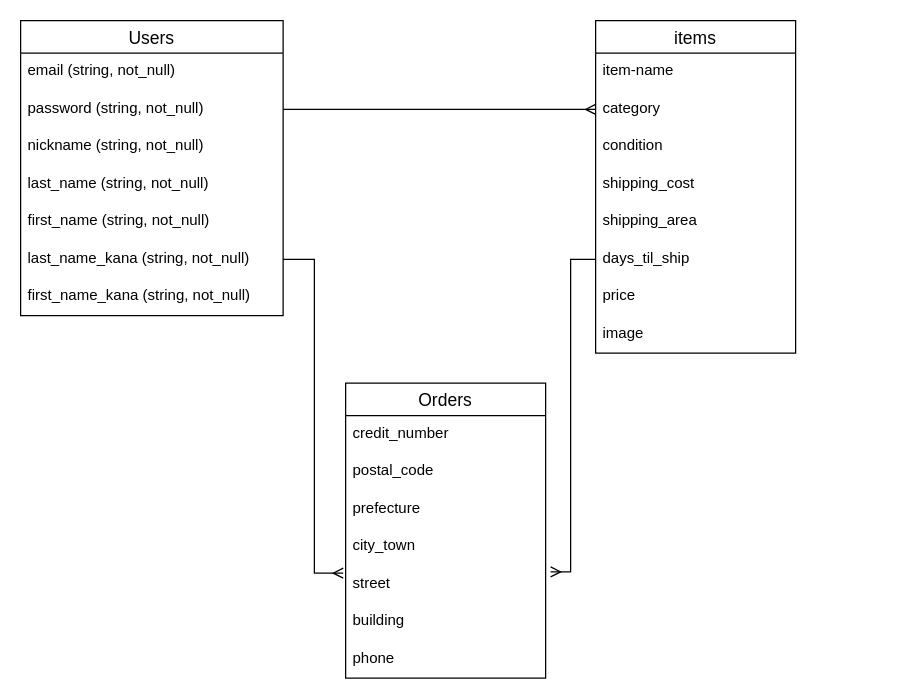
Before: ER.dio in kaibonjin/furima-34787, a draw.io diagram. Source tidied: cells renumbered, new cells numbered last; positions are measured from the earlier drawing's top-left corner, leaving out a move shared by most shapes. Both pictures are drawn from the tidied source at 125%, with x=0, y=0 at pixel (20, 20).
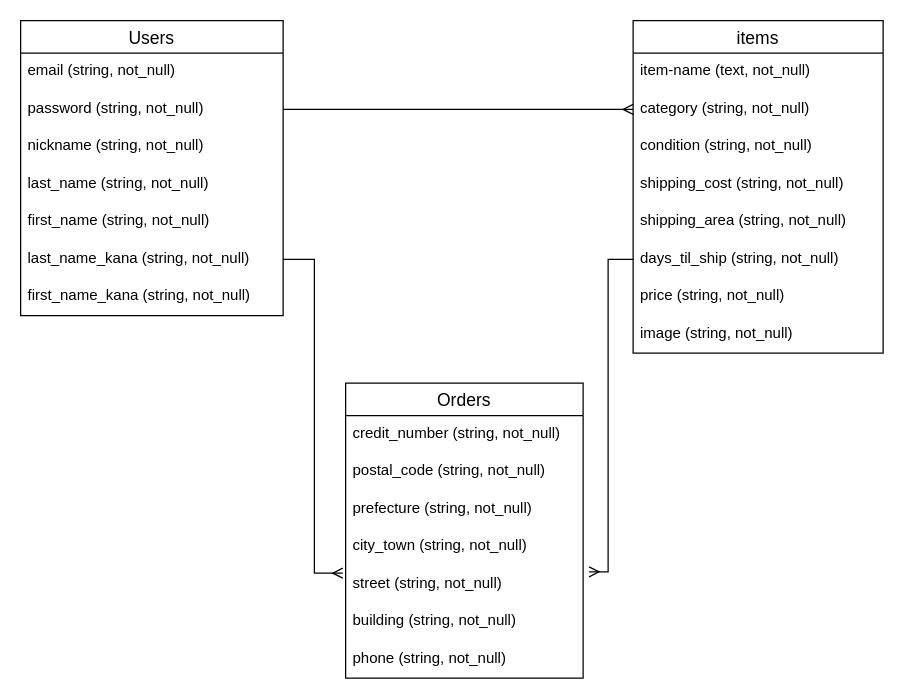
After the change.

Commit message (it also covers changes not shown here):
データベース設計

The edit, as a diff of the source:
```diff
@@
     <mxCell id="11" value="items" style="swimlane;fontStyle=0;horizontal=1;startSize=26;align=center;fontSize=14;" parent="1" vertex="1">
-      <mxGeometry x="460" width="160" height="266" as="geometry" />
+      <mxGeometry x="490" width="200" height="266" as="geometry" />
     </mxCell>
-    <mxCell id="12" value="item-name" style="text;strokeColor=none;fillColor=none;spacingLeft=4;spacingRight=4;overflow=hidden;fontSize=12;" parent="11" vertex="1">
-      <mxGeometry y="26" width="160" height="30" as="geometry" />
+    <mxCell id="12" value="item-name (text, not_null)" style="text;strokeColor=none;fillColor=none;spacingLeft=4;spacingRight=4;overflow=hidden;fontSize=12;" parent="11" vertex="1">
+      <mxGeometry y="26" width="200" height="30" as="geometry" />
     </mxCell>
-    <mxCell id="13" value="category" style="text;strokeColor=none;fillColor=none;spacingLeft=4;spacingRight=4;overflow=hidden;points=[[0,0.5],[1,0.5]];portConstraint=eastwest;fontSize=12;" parent="11" vertex="1">
-      <mxGeometry y="56" width="160" height="30" as="geometry" />
+    <mxCell id="13" value="category (string, not_null)" style="text;strokeColor=none;fillColor=none;spacingLeft=4;spacingRight=4;overflow=hidden;points=[[0,0.5],[1,0.5]];portConstraint=eastwest;fontSize=12;" parent="11" vertex="1">
+      <mxGeometry y="56" width="200" height="30" as="geometry" />
     </mxCell>
-    <mxCell id="14" value="condition" style="text;strokeColor=none;fillColor=none;spacingLeft=4;spacingRight=4;overflow=hidden;fontSize=12;" parent="11" vertex="1">
-      <mxGeometry y="86" width="160" height="30" as="geometry" />
+    <mxCell id="14" value="condition (string, not_null)" style="text;strokeColor=none;fillColor=none;spacingLeft=4;spacingRight=4;overflow=hidden;fontSize=12;" parent="11" vertex="1">
+      <mxGeometry y="86" width="200" height="30" as="geometry" />
     </mxCell>
-    <mxCell id="15" value="shipping_cost" style="text;strokeColor=none;fillColor=none;spacingLeft=4;spacingRight=4;overflow=hidden;fontSize=12;" parent="11" vertex="1">
-      <mxGeometry y="116" width="160" height="30" as="geometry" />
+    <mxCell id="15" value="shipping_cost (string, not_null)" style="text;strokeColor=none;fillColor=none;spacingLeft=4;spacingRight=4;overflow=hidden;fontSize=12;" parent="11" vertex="1">
+      <mxGeometry y="116" width="200" height="30" as="geometry" />
     </mxCell>
-    <mxCell id="16" value="shipping_area" style="text;strokeColor=none;fillColor=none;spacingLeft=4;spacingRight=4;overflow=hidden;fontSize=12;" parent="11" vertex="1">
-      <mxGeometry y="146" width="160" height="30" as="geometry" />
+    <mxCell id="16" value="shipping_area (string, not_null)" style="text;strokeColor=none;fillColor=none;spacingLeft=4;spacingRight=4;overflow=hidden;fontSize=12;" parent="11" vertex="1">
+      <mxGeometry y="146" width="200" height="30" as="geometry" />
     </mxCell>
-    <mxCell id="17" value="days_til_ship" style="text;strokeColor=none;fillColor=none;spacingLeft=4;spacingRight=4;overflow=hidden;points=[[0,0.5],[1,0.5]];portConstraint=eastwest;fontSize=12;" parent="11" vertex="1">
-      <mxGeometry y="176" width="160" height="30" as="geometry" />
+    <mxCell id="17" value="days_til_ship (string, not_null)" style="text;strokeColor=none;fillColor=none;spacingLeft=4;spacingRight=4;overflow=hidden;points=[[0,0.5],[1,0.5]];portConstraint=eastwest;fontSize=12;" parent="11" vertex="1">
+      <mxGeometry y="176" width="200" height="30" as="geometry" />
     </mxCell>
-    <mxCell id="18" value="price" style="text;strokeColor=none;fillColor=none;spacingLeft=4;spacingRight=4;overflow=hidden;fontSize=12;" parent="11" vertex="1">
-      <mxGeometry y="206" width="160" height="30" as="geometry" />
+    <mxCell id="18" value="price (string, not_null)" style="text;strokeColor=none;fillColor=none;spacingLeft=4;spacingRight=4;overflow=hidden;fontSize=12;" parent="11" vertex="1">
+      <mxGeometry y="206" width="200" height="30" as="geometry" />
     </mxCell>
-    <mxCell id="19" value="image" style="text;strokeColor=none;fillColor=none;spacingLeft=4;spacingRight=4;overflow=hidden;fontSize=12;" parent="11" vertex="1">
-      <mxGeometry y="236" width="160" height="30" as="geometry" />
+    <mxCell id="19" value="image (string, not_null)" style="text;strokeColor=none;fillColor=none;spacingLeft=4;spacingRight=4;overflow=hidden;fontSize=12;" parent="11" vertex="1">
+      <mxGeometry y="236" width="200" height="30" as="geometry" />
     </mxCell>
     <mxCell id="20" value="Orders" style="swimlane;fontStyle=0;horizontal=1;startSize=26;align=center;fontSize=14;" parent="1" vertex="1">
-      <mxGeometry x="260" y="290" width="160" height="236" as="geometry" />
+      <mxGeometry x="260" y="290" width="190" height="236" as="geometry" />
     </mxCell>
-    <mxCell id="21" value="credit_number" style="text;strokeColor=none;fillColor=none;spacingLeft=4;spacingRight=4;overflow=hidden;fontSize=12;" parent="20" vertex="1">
-      <mxGeometry y="26" width="160" height="30" as="geometry" />
+    <mxCell id="21" value="credit_number (string, not_null)" style="text;strokeColor=none;fillColor=none;spacingLeft=4;spacingRight=4;overflow=hidden;fontSize=12;" parent="20" vertex="1">
+      <mxGeometry y="26" width="190" height="30" as="geometry" />
     </mxCell>
-    <mxCell id="22" value="postal_code" style="text;strokeColor=none;fillColor=none;spacingLeft=4;spacingRight=4;overflow=hidden;fontSize=12;" parent="20" vertex="1">
-      <mxGeometry y="56" width="160" height="30" as="geometry" />
+    <mxCell id="22" value="postal_code (string, not_null)" style="text;strokeColor=none;fillColor=none;spacingLeft=4;spacingRight=4;overflow=hidden;fontSize=12;" parent="20" vertex="1">
+      <mxGeometry y="56" width="190" height="30" as="geometry" />
     </mxCell>
-    <mxCell id="23" value="prefecture" style="text;strokeColor=none;fillColor=none;spacingLeft=4;spacingRight=4;overflow=hidden;fontSize=12;" parent="20" vertex="1">
-      <mxGeometry y="86" width="160" height="30" as="geometry" />
+    <mxCell id="23" value="prefecture (string, not_null)" style="text;strokeColor=none;fillColor=none;spacingLeft=4;spacingRight=4;overflow=hidden;fontSize=12;" parent="20" vertex="1">
+      <mxGeometry y="86" width="190" height="30" as="geometry" />
     </mxCell>
-    <mxCell id="24" value="city_town" style="text;strokeColor=none;fillColor=none;spacingLeft=4;spacingRight=4;overflow=hidden;fontSize=12;" parent="20" vertex="1">
-      <mxGeometry y="116" width="160" height="30" as="geometry" />
+    <mxCell id="24" value="city_town (string, not_null)" style="text;strokeColor=none;fillColor=none;spacingLeft=4;spacingRight=4;overflow=hidden;fontSize=12;" parent="20" vertex="1">
+      <mxGeometry y="116" width="190" height="30" as="geometry" />
     </mxCell>
-    <mxCell id="25" value="street" style="text;strokeColor=none;fillColor=none;spacingLeft=4;spacingRight=4;overflow=hidden;points=[[0,0.5],[1,0.5]];portConstraint=eastwest;fontSize=12;" parent="20" vertex="1">
-      <mxGeometry y="146" width="160" height="30" as="geometry" />
+    <mxCell id="25" value="street (string, not_null)" style="text;strokeColor=none;fillColor=none;spacingLeft=4;spacingRight=4;overflow=hidden;points=[[0,0.5],[1,0.5]];portConstraint=eastwest;fontSize=12;" parent="20" vertex="1">
+      <mxGeometry y="146" width="190" height="30" as="geometry" />
     </mxCell>
-    <mxCell id="26" value="building" style="text;strokeColor=none;fillColor=none;spacingLeft=4;spacingRight=4;overflow=hidden;fontSize=12;" parent="20" vertex="1">
-      <mxGeometry y="176" width="160" height="30" as="geometry" />
+    <mxCell id="26" value="building (string, not_null)" style="text;strokeColor=none;fillColor=none;spacingLeft=4;spacingRight=4;overflow=hidden;fontSize=12;" parent="20" vertex="1">
+      <mxGeometry y="176" width="190" height="30" as="geometry" />
     </mxCell>
-    <mxCell id="27" value="phone" style="text;strokeColor=none;fillColor=none;spacingLeft=4;spacingRight=4;overflow=hidden;fontSize=12;" parent="20" vertex="1">
-      <mxGeometry y="206" width="160" height="30" as="geometry" />
+    <mxCell id="27" value="phone (string, not_null)" style="text;strokeColor=none;fillColor=none;spacingLeft=4;spacingRight=4;overflow=hidden;fontSize=12;" parent="20" vertex="1">
+      <mxGeometry y="206" width="190" height="30" as="geometry" />
     </mxCell>
```
